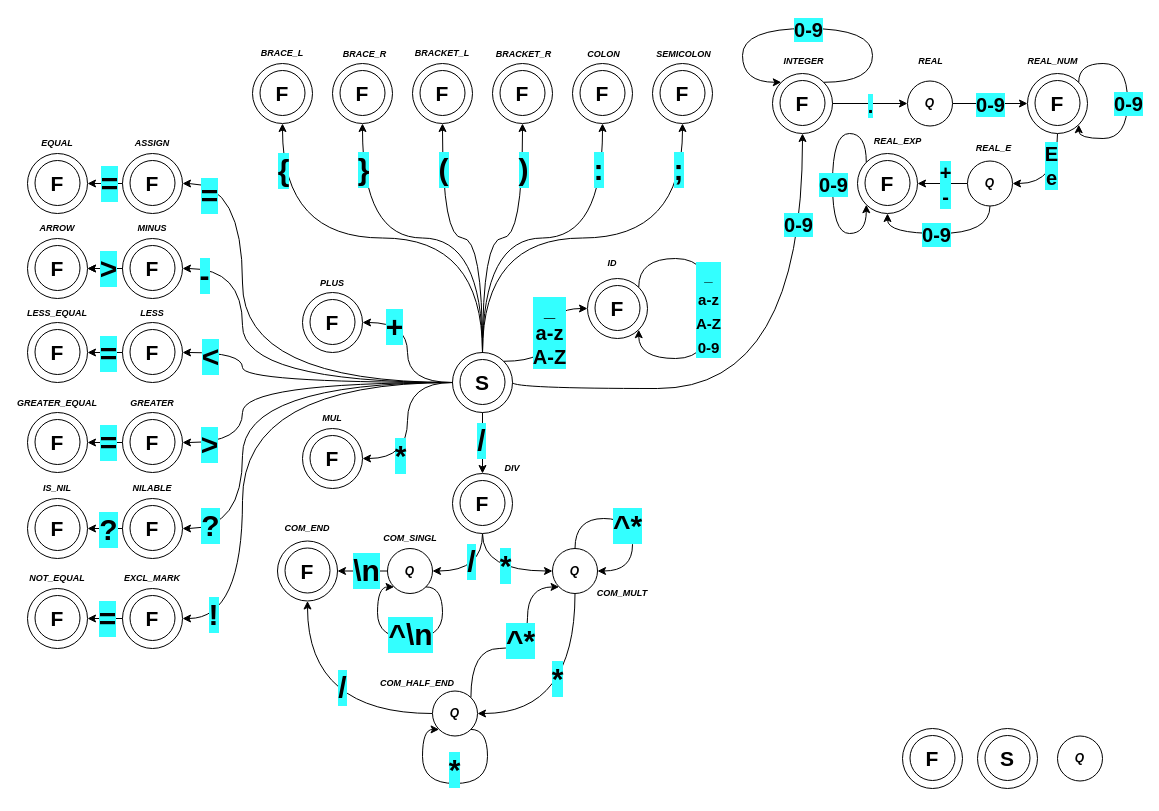
Above: lexer.drawio in xshche05/IFJ-2023-project-compiler (draw.io), before the change. Source tidied: cells renumbered, new cells numbered last; positions are measured from the earlier drawing's top-left corner, leaving out a move shared by most shapes. Both pictures are drawn from the tidied source at 100%, with x=0, y=0 at pixel (27, 28).
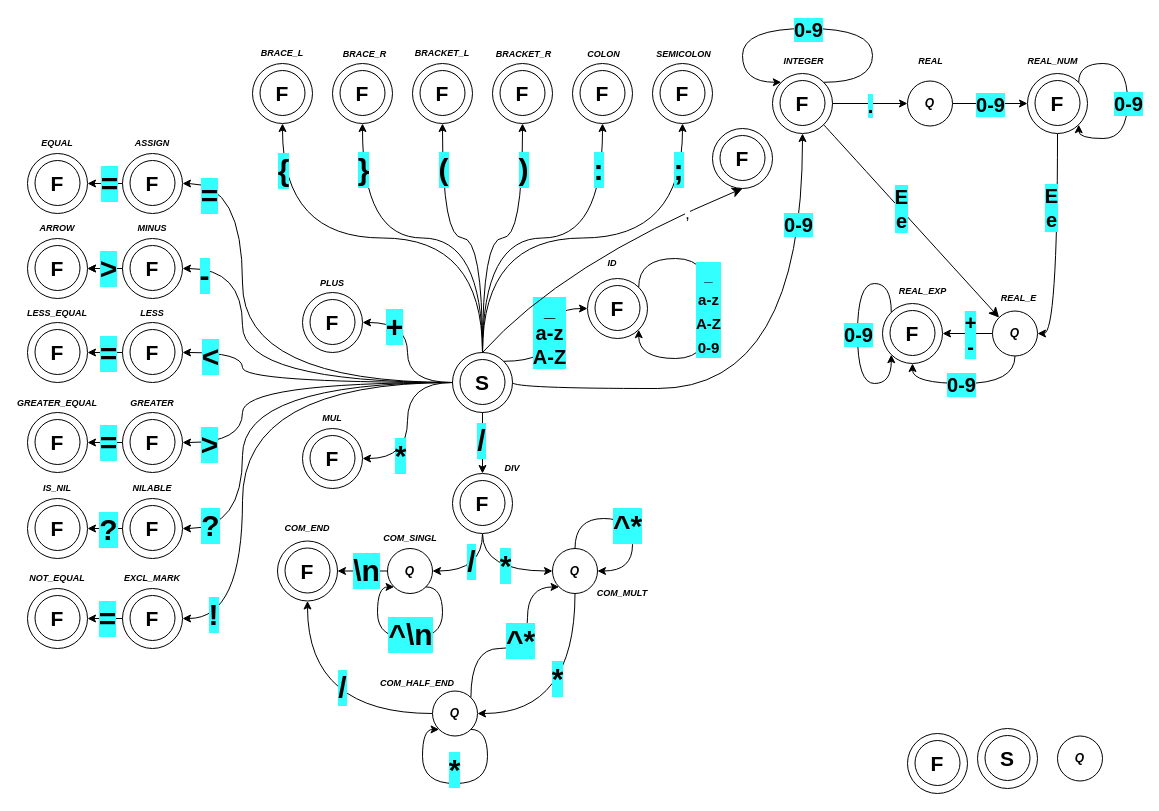
The same diagram, later.

Unchanged cells that the change refers to:
```xml
<mxCell id="3" style="ellipse;whiteSpace=wrap;html=1;" parent="2" vertex="1">
  <mxGeometry width="60" height="60" as="geometry" />
</mxCell>
<mxCell id="7" style="ellipse;whiteSpace=wrap;html=1;" parent="6" vertex="1">
  <mxGeometry width="60" height="60" as="geometry" />
</mxCell>
<mxCell id="204" style="ellipse;whiteSpace=wrap;html=1;" parent="203" vertex="1">
  <mxGeometry width="60" height="60" as="geometry" />
</mxCell>
<mxCell id="217" style="group;" parent="1" vertex="1">
  <mxGeometry x="1000" y="45" width="60" height="60" as="geometry" />
</mxCell>
<mxCell id="218" style="ellipse;whiteSpace=wrap;html=1;" parent="217" vertex="1">
  <mxGeometry width="60" height="60" as="geometry" />
</mxCell>
```

What changed in the source:
```diff
@@
     <mxCell id="6" style="group;" parent="1" vertex="1">
-      <mxGeometry x="875" y="700" width="60" height="60" as="geometry" />
+      <mxGeometry x="685" y="100" width="60" height="60" as="geometry" />
     </mxCell>
@@
-    <mxCell id="215" style="edgeStyle=orthogonalEdgeStyle;jettySize=auto;html=1;exitX=0.5;exitY=1;exitDx=0;exitDy=0;entryX=1;entryY=0.5;entryDx=0;entryDy=0;curved=1;" parent="1" edge="1" source="217" target="227">
+    <mxCell id="215" style="edgeStyle=orthogonalEdgeStyle;jettySize=auto;html=1;exitX=0.5;exitY=1;exitDx=0;exitDy=0;entryX=1;entryY=0.5;entryDx=0;entryDy=0;curved=1;" parent="1" edge="1" source="218" target="227">
       <mxGeometry relative="1" as="geometry" />
     </mxCell>
@@
     <mxCell id="227" value="&lt;b&gt;&lt;i&gt;Q&lt;/i&gt;&lt;/b&gt;" style="ellipse;whiteSpace=wrap;html=1;" parent="1" vertex="1">
-      <mxGeometry x="940" y="132.5" width="45" height="45" as="geometry" />
+      <mxGeometry x="965" y="282.5" width="45" height="45" as="geometry" />
     </mxCell>
     <mxCell id="228" style="group;" parent="1" vertex="1">
-      <mxGeometry x="830" y="125" width="60" height="60" as="geometry" />
+      <mxGeometry x="855" y="275" width="60" height="60" as="geometry" />
     </mxCell>
@@
     <mxCell id="236" value="REAL_E" style="text;html=1;align=center;verticalAlign=middle;strokeColor=none;fillColor=none;fontSize=9;fontStyle=3;" parent="1" vertex="1">
-      <mxGeometry x="938" y="107.5" width="55" height="25" as="geometry" />
+      <mxGeometry x="963" y="257.5" width="55" height="25" as="geometry" />
     </mxCell>
     <mxCell id="237" value="REAL_EXP" style="text;html=1;align=center;verticalAlign=middle;strokeColor=none;fillColor=none;fontSize=9;fontStyle=3;" parent="1" vertex="1">
-      <mxGeometry x="835" y="100" width="70" height="25" as="geometry" />
+      <mxGeometry x="860" y="250" width="70" height="25" as="geometry" />
     </mxCell>
+    <mxCell id="238" style="edgeStyle=none;curved=1;rounded=0;jettySize=auto;html=1;exitX=1;exitY=1;exitDx=0;exitDy=0;entryX=0;entryY=0;entryDx=0;entryDy=0;fontSize=12;startSize=8;endSize=8;" parent="1" edge="1" source="204" target="227">
+      <mxGeometry relative="1" as="geometry" />
+    </mxCell>
+    <mxCell id="239" value="E&lt;br style=&quot;font-size: 20px;&quot;&gt;e" style="edgeLabel;html=1;align=center;verticalAlign=middle;fontSize=20;fontStyle=1;labelBackgroundColor=#33FFFF;" parent="1" vertex="1">
+      <mxGeometry x="987.5" y="175" as="geometry">
+        <mxPoint x="-114" y="4" as="offset" />
+      </mxGeometry>
+    </mxCell>
+    <mxCell id="240" style="group;" parent="1" vertex="1">
+      <mxGeometry x="880" y="705" width="60" height="60" as="geometry" />
+    </mxCell>
+    <mxCell id="241" style="ellipse;whiteSpace=wrap;html=1;" parent="240" vertex="1">
+      <mxGeometry width="60" height="60" as="geometry" />
+    </mxCell>
+    <mxCell id="242" style="ellipse;whiteSpace=wrap;html=1;" parent="240" vertex="1">
+      <mxGeometry x="7.5" y="7" width="45" height="45" as="geometry" />
+    </mxCell>
+    <mxCell id="243" value="&lt;span style=&quot;font-size: 21px;&quot;&gt;&lt;b&gt;F&lt;/b&gt;&lt;/span&gt;" style="text;html=1;strokeColor=none;fillColor=none;align=center;verticalAlign=middle;whiteSpace=wrap;rounded=0;" parent="240" vertex="1">
+      <mxGeometry y="15" width="60" height="30" as="geometry" />
+    </mxCell>
+    <mxCell id="244" style="edgeStyle=none;curved=1;rounded=0;jettySize=auto;html=1;exitX=0.5;exitY=0;exitDx=0;exitDy=0;entryX=0.5;entryY=1;entryDx=0;entryDy=0;fontSize=12;startSize=8;endSize=8;" parent="1" edge="1" source="3" target="7">
+      <mxGeometry relative="1" as="geometry">
+        <Array as="points">
+          <mxPoint x="535" y="235" />
+        </Array>
+      </mxGeometry>
+    </mxCell>
+    <mxCell id="245" value="," style="edgeLabel;html=1;align=center;verticalAlign=middle;fontSize=16;" parent="244" vertex="1">
+      <mxGeometry x="0.61" y="-1" relative="1" as="geometry">
+        <mxPoint x="1" as="offset" />
+      </mxGeometry>
+    </mxCell>
```
